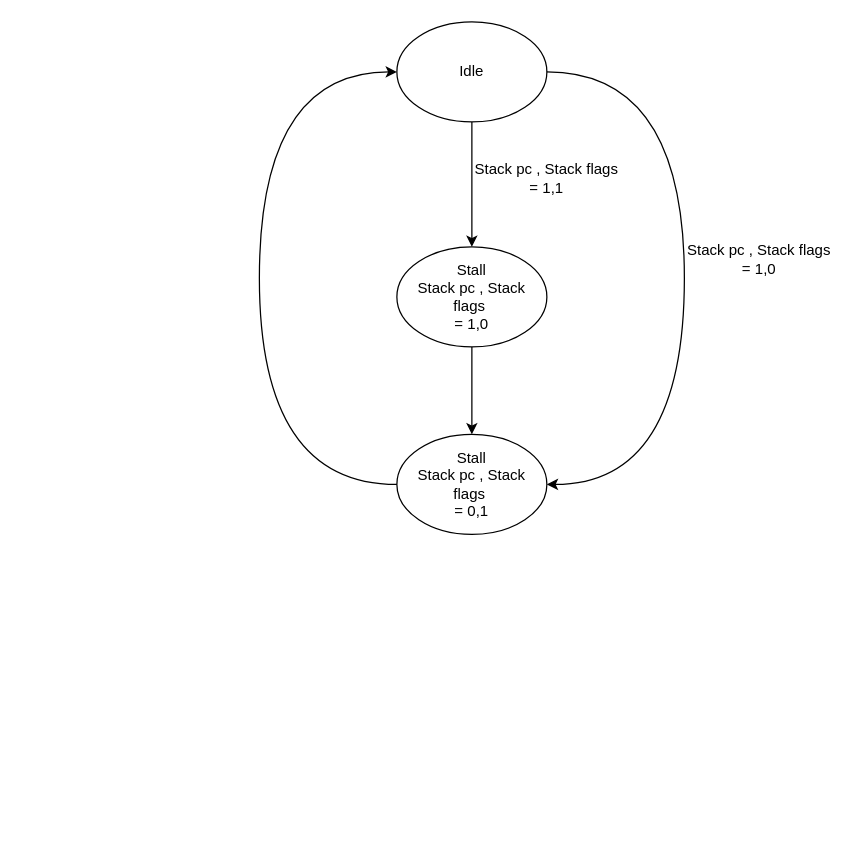
Earlier version of the draw.io diagram page "Page-3" (3 of 3) of Docs/Design.drawio (AdhamAliAbdelAal/Pipelined-Processor). Source tidied: cells renumbered, new cells numbered last; positions are measured from the earlier drawing's top-left corner, leaving out a move shared by most shapes. Both pictures are drawn from the tidied source at 125%, with x=0, y=0 at pixel (259, 21).
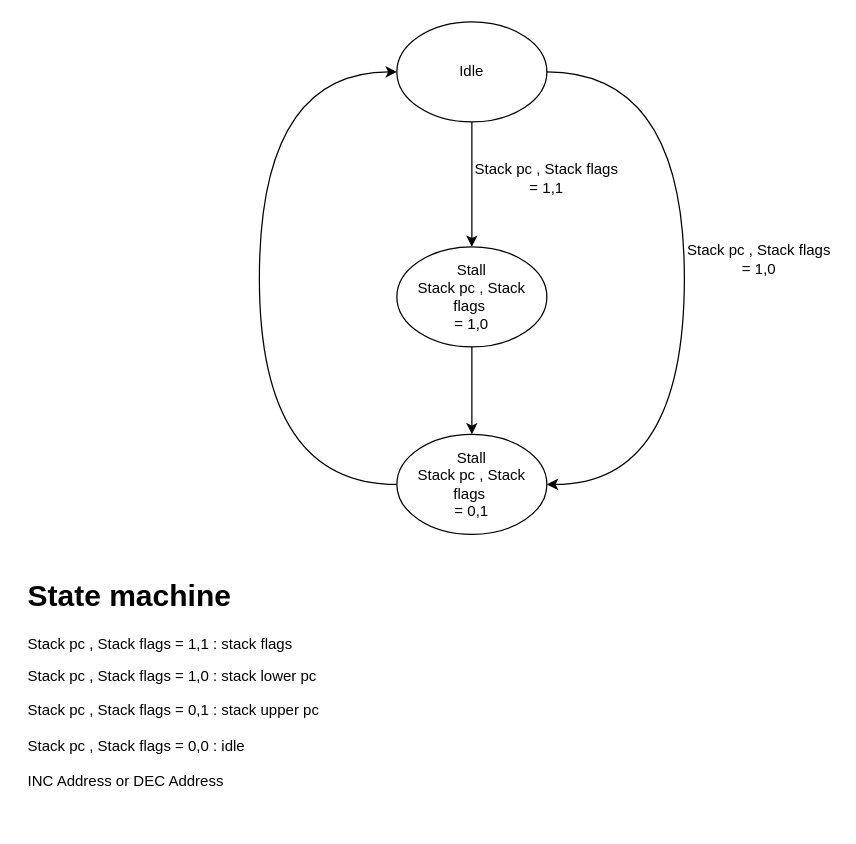
The same page after the edit.

What changed in the source:
```diff
@@
 <mxGraphModel>
   <root>
     <mxCell id="0" />
     <mxCell id="1" parent="0" />
     <mxCell id="2" style="edgeStyle=orthogonalEdgeStyle;rounded=0;jettySize=auto;html=1;exitX=0.5;exitY=1;exitDx=0;exitDy=0;entryX=0.5;entryY=0;entryDx=0;entryDy=0;" parent="1" edge="1" source="3" target="5">
       <mxGeometry relative="1" as="geometry" />
     </mxCell>
     <mxCell id="3" value="Idle" style="ellipse;whiteSpace=wrap;html=1;" parent="1" vertex="1">
       <mxGeometry x="110" width="120" height="80" as="geometry" />
     </mxCell>
     <mxCell id="4" style="edgeStyle=orthogonalEdgeStyle;rounded=0;jettySize=auto;html=1;exitX=0.5;exitY=1;exitDx=0;exitDy=0;entryX=0.5;entryY=0;entryDx=0;entryDy=0;" parent="1" edge="1" source="5" target="7">
       <mxGeometry relative="1" as="geometry" />
     </mxCell>
     <mxCell id="5" value="Stall&lt;br&gt;Stack pc , Stack flags&amp;nbsp;&lt;br&gt;= 1,0" style="ellipse;whiteSpace=wrap;html=1;" parent="1" vertex="1">
       <mxGeometry x="110" y="180" width="120" height="80" as="geometry" />
     </mxCell>
     <mxCell id="6" value="Stack pc , Stack flags = 1,1" style="text;html=1;strokeColor=none;fillColor=none;align=center;verticalAlign=middle;whiteSpace=wrap;rounded=0;" parent="1" vertex="1">
       <mxGeometry x="170" y="110" width="120" height="30" as="geometry" />
     </mxCell>
     <mxCell id="7" value="Stall&lt;br&gt;Stack pc , Stack flags&amp;nbsp;&lt;br&gt;= 0,1" style="ellipse;whiteSpace=wrap;html=1;" parent="1" vertex="1">
       <mxGeometry x="110" y="330" width="120" height="80" as="geometry" />
     </mxCell>
     <mxCell id="8" style="endArrow=classic;html=1;rounded=0;edgeStyle=orthogonalEdgeStyle;exitX=1;exitY=0.5;exitDx=0;exitDy=0;entryX=1;entryY=0.5;entryDx=0;entryDy=0;curved=1;" parent="1" edge="1" source="3" target="7">
       <mxGeometry relative="1" as="geometry">
         <Array as="points">
           <mxPoint x="340" y="40" />
           <mxPoint x="340" y="370" />
         </Array>
       </mxGeometry>
     </mxCell>
     <mxCell id="9" value="Stack pc , Stack flags = 1,0" style="text;html=1;strokeColor=none;fillColor=none;align=center;verticalAlign=middle;whiteSpace=wrap;rounded=0;" parent="1" vertex="1">
       <mxGeometry x="340" y="175" width="120" height="30" as="geometry" />
     </mxCell>
     <mxCell id="10" style="endArrow=classic;html=1;rounded=0;edgeStyle=orthogonalEdgeStyle;entryX=0;entryY=0.5;entryDx=0;entryDy=0;exitX=0;exitY=0.5;exitDx=0;exitDy=0;curved=1;" parent="1" edge="1" source="7" target="3">
       <mxGeometry relative="1" as="geometry">
         <Array as="points">
           <mxPoint y="370" />
           <mxPoint y="40" />
         </Array>
       </mxGeometry>
     </mxCell>
+    <mxCell id="11" value="&lt;h1&gt;State machine&lt;/h1&gt;&lt;p&gt;&lt;span style=&quot;text-align: center;&quot;&gt;Stack pc , Stack flags = 1,1 : stack flags&lt;/span&gt;&lt;br&gt;&lt;/p&gt;&lt;p&gt;&lt;span style=&quot;text-align: center;&quot;&gt;Stack pc , Stack flags = 1,0 : stack lower pc&lt;/span&gt;&lt;/p&gt;&lt;p&gt;&lt;/p&gt;&lt;span style=&quot;text-align: center;&quot;&gt;Stack pc , Stack flags = 0,1 : stack upper pc&lt;br&gt;&lt;br&gt;&lt;/span&gt;&lt;span style=&quot;text-align: center;&quot;&gt;Stack pc , Stack flags = 0,0 : idle&lt;br&gt;&lt;/span&gt;&lt;span style=&quot;text-align: center;&quot;&gt;&lt;br&gt;INC Address or DEC Address&lt;br&gt;&lt;/span&gt;" style="text;html=1;strokeColor=none;fillColor=none;spacing=5;spacingTop=-20;whiteSpace=wrap;overflow=hidden;rounded=0;" parent="1" vertex="1">
+      <mxGeometry x="-190" y="440" width="510" height="200" as="geometry" />
+    </mxCell>
   </root>
 </mxGraphModel>
```
